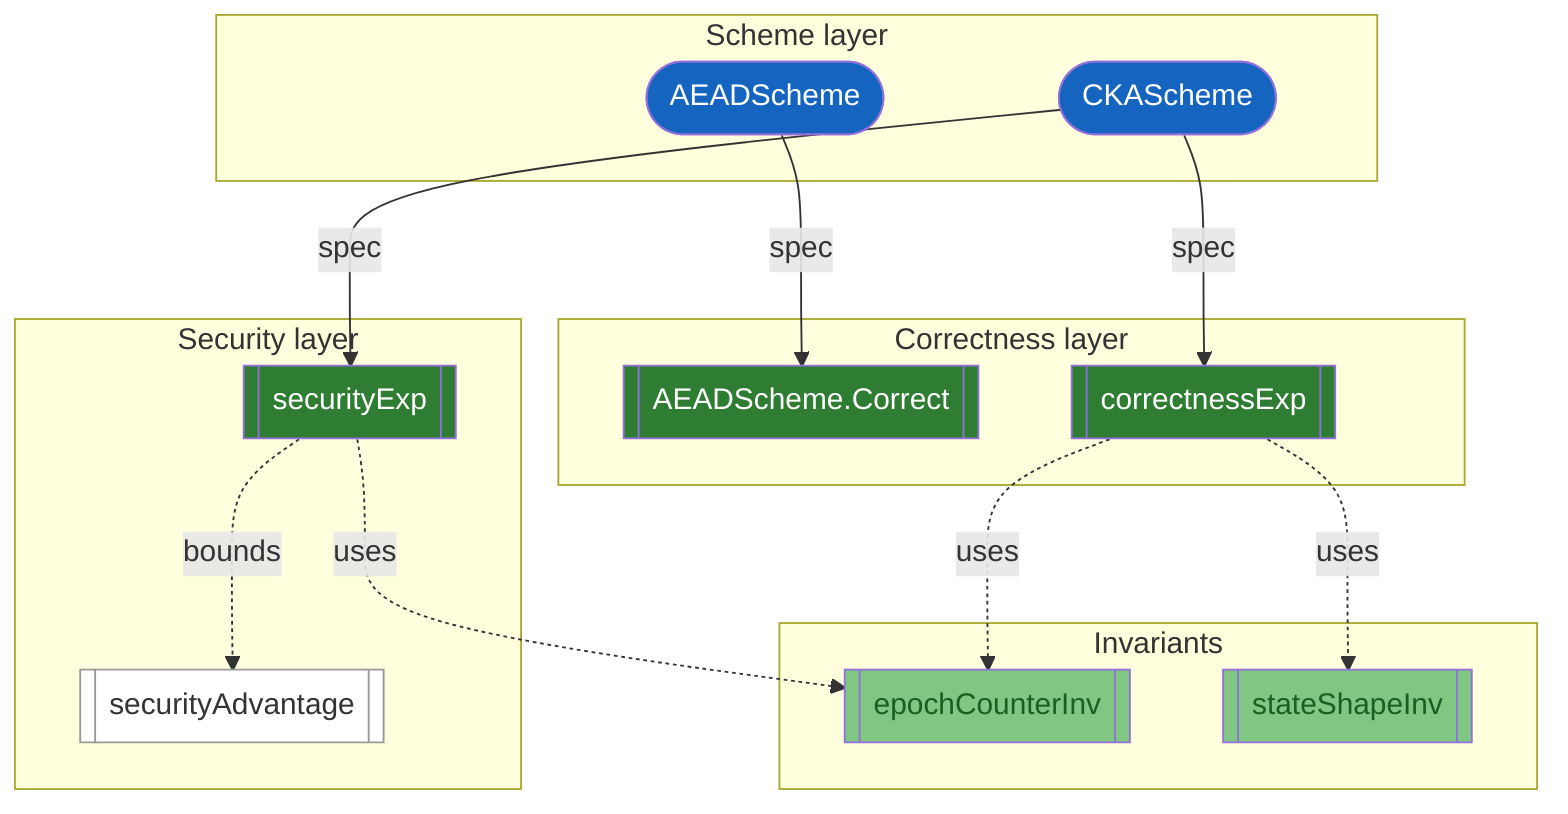
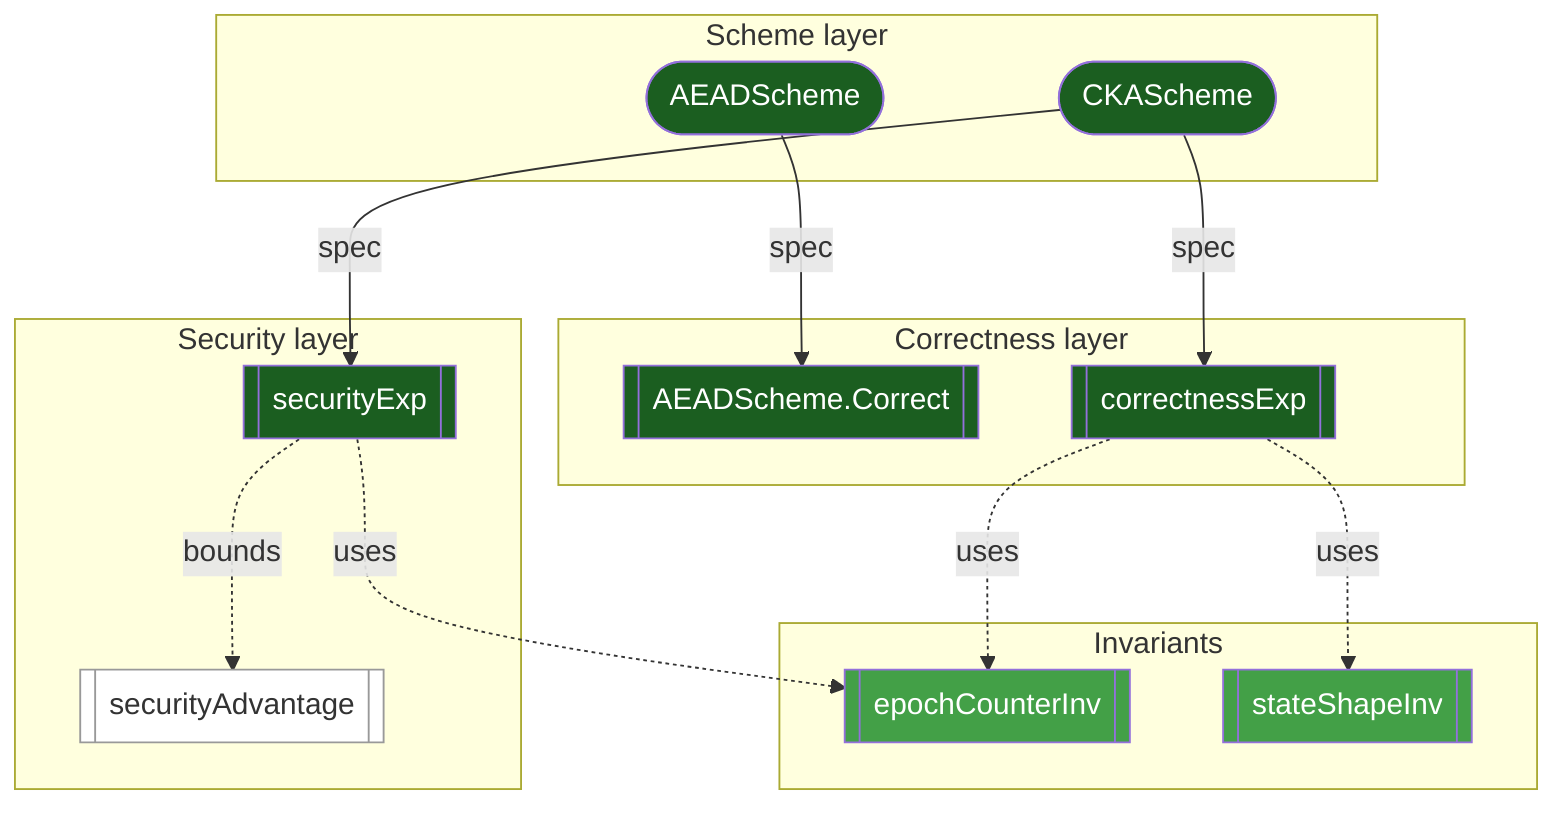
flowchart TD
    subgraph scheme ["Scheme layer"]
-         s1(["AEADScheme"]):::darkBlue
-         s2(["CKAScheme"]):::darkBlue
+         s1(["AEADScheme"]):::darkGreen
+         s2(["CKAScheme"]):::darkGreen
    end
    subgraph correctness ["Correctness layer"]
        c1[["AEADScheme.Correct"]]:::darkGreen
        c2[["correctnessExp"]]:::darkGreen
    end
    subgraph security ["Security layer"]
        sec1[["securityExp"]]:::darkGreen
        sec2[["securityAdvantage"]]:::white
    end
    subgraph invariants ["Invariants"]
        i1[["epochCounterInv"]]:::lightGreen
        i2[["stateShapeInv"]]:::lightGreen
    end
    s1 -->|spec| c1
    s2 -->|spec| c2
    s2 -->|spec| sec1
    sec1 -.->|bounds| sec2
    c2 -.->|uses| i1
    c2 -.->|uses| i2
    sec1 -.->|uses| i1
    classDef white fill:#fff,color:#333,stroke:#999
-     classDef darkBlue fill:#1565c0,color:#fff
-     classDef lightGreen fill:#81c784,color:#1b5e20
-     classDef darkGreen fill:#2e7d32,color:#fff
+     classDef darkGreen fill:#1B5E20,color:#fff
+     classDef lightGreen fill:#43A047,color:#fff
